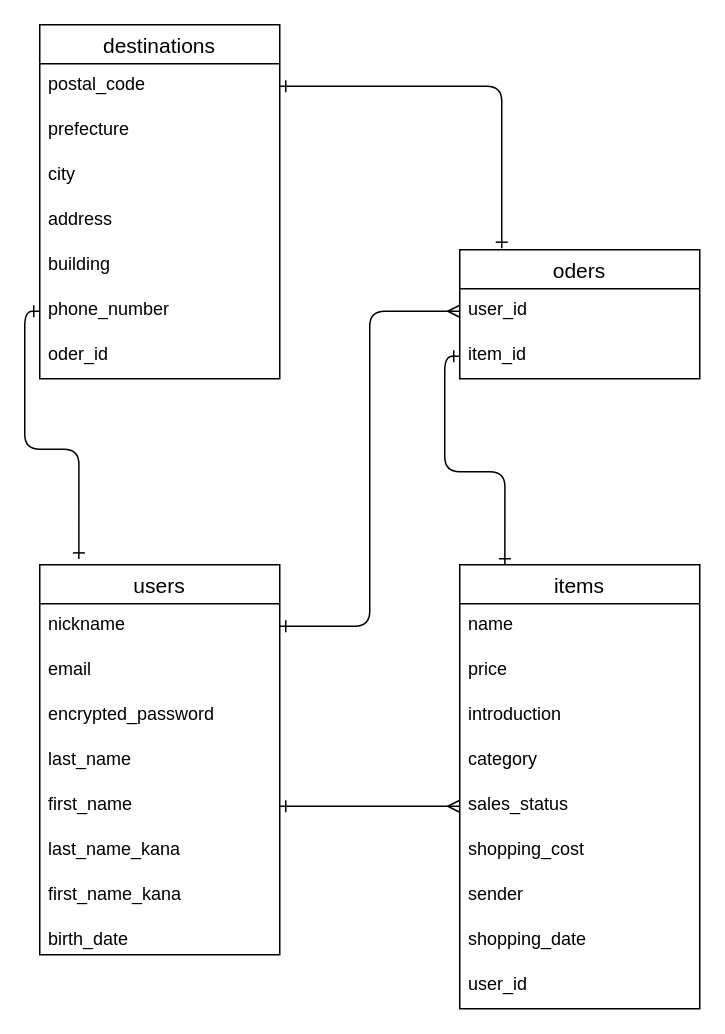
This is test.dio from syouko11/furima-39244, a draw.io file, before an edit. Source tidied: cells renumbered, new cells numbered last; positions are measured from the earlier drawing's top-left corner, leaving out a move shared by most shapes. Both pictures are drawn from the tidied source at 150%, with x=0, y=0 at pixel (39, 24).
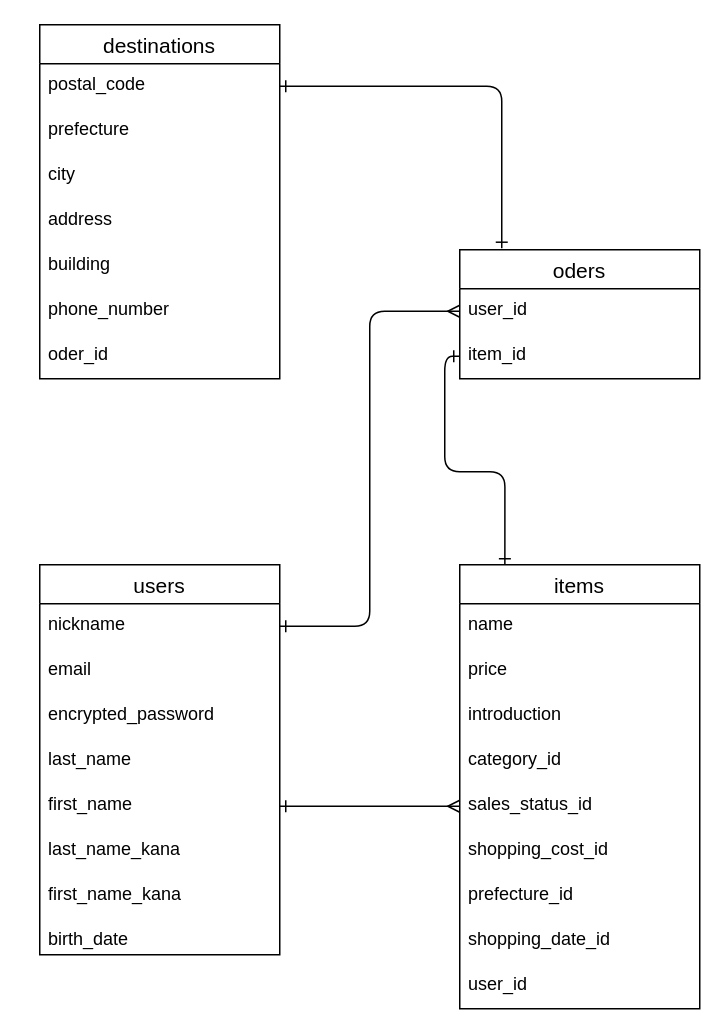
Above is the later version.

Commit message (it also covers changes not shown here):
データベース設計の修正

The change refers to these unchanged cells:
```xml
<mxCell id="2" value="users" style="swimlane;fontStyle=0;horizontal=1;startSize=26;align=center;fontSize=14;" parent="1" vertex="1">
  <mxGeometry y="360" width="160" height="260" as="geometry" />
</mxCell>
<mxCell id="11" value="items" style="swimlane;fontStyle=0;horizontal=1;startSize=26;align=center;fontSize=14;" parent="1" vertex="1">
  <mxGeometry x="280" y="360" width="160" height="296" as="geometry" />
</mxCell>
<mxCell id="27" value="phone_number" style="text;strokeColor=none;fillColor=none;spacingLeft=4;spacingRight=4;overflow=hidden;points=[[0,0.5],[1,0.5]];portConstraint=eastwest;fontSize=12;" parent="21" vertex="1">
  <mxGeometry y="176" width="160" height="30" as="geometry" />
</mxCell>
```

Change to the diagram source:
```diff
@@
-    <mxCell id="15" value="category" style="text;strokeColor=none;fillColor=none;spacingLeft=4;spacingRight=4;overflow=hidden;fontSize=12;" parent="11" vertex="1">
+    <mxCell id="15" value="category_id" style="text;strokeColor=none;fillColor=none;spacingLeft=4;spacingRight=4;overflow=hidden;fontSize=12;" parent="11" vertex="1">
       <mxGeometry y="116" width="160" height="30" as="geometry" />
     </mxCell>
-    <mxCell id="16" value="sales_status" style="text;strokeColor=none;fillColor=none;spacingLeft=4;spacingRight=4;overflow=hidden;points=[[0,0.5],[1,0.5]];portConstraint=eastwest;fontSize=12;" parent="11" vertex="1">
+    <mxCell id="16" value="sales_status_id" style="text;strokeColor=none;fillColor=none;spacingLeft=4;spacingRight=4;overflow=hidden;points=[[0,0.5],[1,0.5]];portConstraint=eastwest;fontSize=12;" parent="11" vertex="1">
       <mxGeometry y="146" width="160" height="30" as="geometry" />
     </mxCell>
-    <mxCell id="17" value="shopping_cost" style="text;strokeColor=none;fillColor=none;spacingLeft=4;spacingRight=4;overflow=hidden;fontSize=12;" parent="11" vertex="1">
+    <mxCell id="17" value="shopping_cost_id" style="text;strokeColor=none;fillColor=none;spacingLeft=4;spacingRight=4;overflow=hidden;fontSize=12;" parent="11" vertex="1">
       <mxGeometry y="176" width="160" height="30" as="geometry" />
     </mxCell>
-    <mxCell id="18" value="sender" style="text;strokeColor=none;fillColor=none;spacingLeft=4;spacingRight=4;overflow=hidden;fontSize=12;" parent="11" vertex="1">
+    <mxCell id="18" value="prefecture_id" style="text;strokeColor=none;fillColor=none;spacingLeft=4;spacingRight=4;overflow=hidden;fontSize=12;" parent="11" vertex="1">
       <mxGeometry y="206" width="160" height="30" as="geometry" />
     </mxCell>
-    <mxCell id="19" value="shopping_date" style="text;strokeColor=none;fillColor=none;spacingLeft=4;spacingRight=4;overflow=hidden;fontSize=12;" parent="11" vertex="1">
+    <mxCell id="19" value="shopping_date_id" style="text;strokeColor=none;fillColor=none;spacingLeft=4;spacingRight=4;overflow=hidden;fontSize=12;" parent="11" vertex="1">
       <mxGeometry y="236" width="160" height="30" as="geometry" />
     </mxCell>
@@
-    <mxCell id="36" style="html=1;exitX=0;exitY=0.5;exitDx=0;exitDy=0;entryX=0.163;entryY=-0.015;entryDx=0;entryDy=0;entryPerimeter=0;startArrow=ERone;startFill=0;endArrow=ERone;endFill=0;elbow=vertical;edgeStyle=orthogonalEdgeStyle;" parent="1" edge="1" source="27" target="2">
-      <mxGeometry relative="1" as="geometry" />
-    </mxCell>
```
